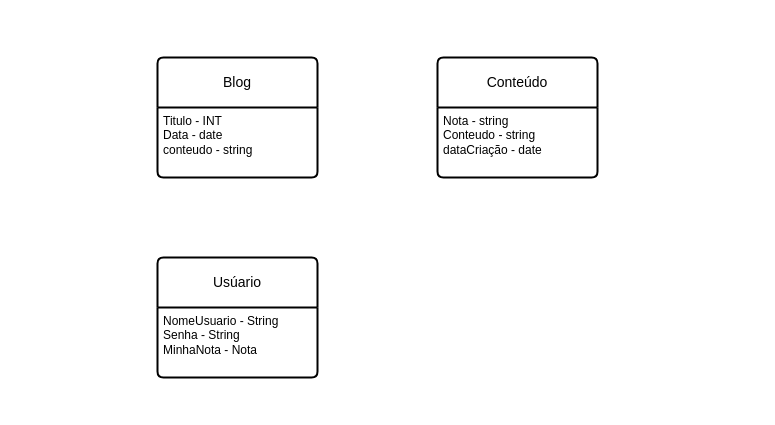
Rdfelix/LAB---2019.2 keeps this draw.io diagram as Diagrama sem nome.drawio. Above is the earlier version. Source tidied: cells renumbered, new cells numbered last; positions are measured from the earlier drawing's top-left corner, leaving out a move shared by most shapes. Both pictures are drawn from the tidied source at 100%, with x=0, y=0 at pixel (157, 57).
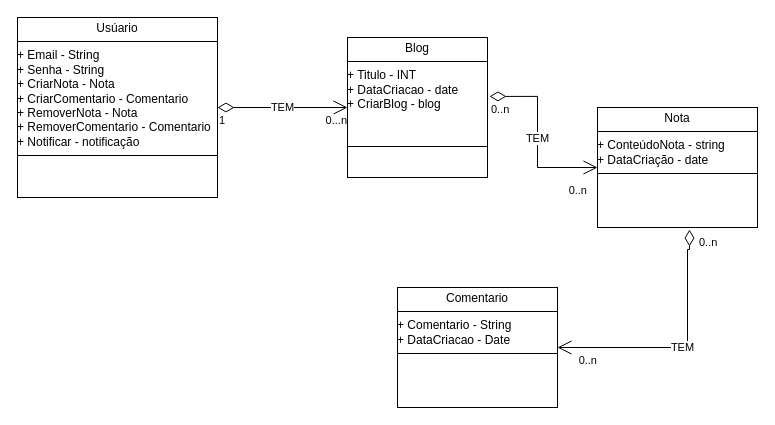
The same diagram, later.

Commit message:
TAREFA ENG SOFT - QUASE LÁ

The edit, as a diff of the source:
```diff
@@
-    <mxCell id="2" value="Blog" style="swimlane;horizontal=1;startSize=50;rounded=1;fontSize=14;fontStyle=0;strokeWidth=2;shadow=0;dashed=0;align=center;arcSize=4;whiteSpace=wrap;html=1;" parent="1" vertex="1">
-      <mxGeometry width="160" height="120" as="geometry" />
-    </mxCell>
-    <mxCell id="3" value="&lt;div&gt;Titulo - INT&lt;/div&gt;&lt;div&gt;Data - date&lt;/div&gt;&lt;div&gt;conteudo - string&lt;br&gt;&lt;/div&gt;" style="align=left;strokeColor=none;fillColor=none;spacingLeft=4;fontSize=12;verticalAlign=top;html=1;" parent="2" vertex="1">
-      <mxGeometry y="50" width="160" height="70" as="geometry" />
-    </mxCell>
-    <mxCell id="4" value="Usúario" style="swimlane;horizontal=1;startSize=50;rounded=1;fontSize=14;fontStyle=0;strokeWidth=2;shadow=0;dashed=0;align=center;arcSize=4;whiteSpace=wrap;html=1;" parent="1" vertex="1">
-      <mxGeometry y="200" width="160" height="120" as="geometry" />
-    </mxCell>
-    <mxCell id="5" value="&lt;div&gt;NomeUsuario - String&lt;/div&gt;&lt;div&gt;Senha - String&lt;/div&gt;&lt;div&gt;MinhaNota - Nota&lt;br&gt;&lt;/div&gt;" style="align=left;strokeColor=none;fillColor=none;spacingLeft=4;fontSize=12;verticalAlign=top;html=1;" parent="4" vertex="1">
-      <mxGeometry y="50" width="160" height="70" as="geometry" />
-    </mxCell>
-    <mxCell id="6" value="Conteúdo" style="swimlane;horizontal=1;startSize=50;rounded=1;fontSize=14;fontStyle=0;strokeWidth=2;shadow=0;dashed=0;align=center;arcSize=4;whiteSpace=wrap;html=1;" parent="1" vertex="1">
-      <mxGeometry x="280" width="160" height="120" as="geometry" />
-    </mxCell>
-    <mxCell id="7" value="&lt;div&gt;Nota - string&lt;/div&gt;&lt;div&gt;Conteudo - string&lt;/div&gt;&lt;div&gt;dataCriação - date&lt;br&gt;&lt;/div&gt;" style="align=left;strokeColor=none;fillColor=none;spacingLeft=4;fontSize=12;verticalAlign=top;html=1;" parent="6" vertex="1">
-      <mxGeometry y="50" width="160" height="70" as="geometry" />
-    </mxCell>
+    <mxCell id="8" value="&lt;p style=&quot;margin:0px;margin-top:4px;text-align:center;&quot;&gt;Usúario&lt;/p&gt;&lt;hr size=&quot;1&quot; style=&quot;border-style:solid;&quot;&gt;&lt;div&gt;+ Email - String&lt;/div&gt;&lt;div&gt;+ Senha - String&lt;/div&gt;&lt;div&gt;+ CriarNota - Nota&lt;/div&gt;&lt;div&gt;+ CriarComentario - Comentario&lt;/div&gt;&lt;div&gt;+ RemoverNota - Nota&lt;/div&gt;&lt;div&gt;+ RemoverComentario - Comentario&lt;/div&gt;&lt;div&gt;+ Notificar - notificação&lt;br&gt;&lt;/div&gt;&lt;p style=&quot;margin:0px;margin-left:4px;&quot;&gt;&lt;/p&gt;&lt;hr size=&quot;1&quot; style=&quot;border-style:solid;&quot;&gt;&lt;p style=&quot;margin:0px;margin-left:4px;&quot;&gt;&lt;br&gt;&lt;/p&gt;" style="verticalAlign=top;align=left;overflow=fill;html=1;whiteSpace=wrap;" parent="1" vertex="1">
+      <mxGeometry x="-140" y="-40" width="200" height="180" as="geometry" />
+    </mxCell>
+    <mxCell id="9" value="&lt;p style=&quot;margin:0px;margin-top:4px;text-align:center;&quot;&gt;Nota&lt;/p&gt;&lt;hr size=&quot;1&quot; style=&quot;border-style:solid;&quot;&gt;&lt;div&gt;+ ConteúdoNota - string&lt;/div&gt;&lt;div&gt;+ DataCriação - date&lt;br&gt;&lt;/div&gt;&lt;p style=&quot;margin:0px;margin-left:4px;&quot;&gt;&lt;/p&gt;&lt;hr size=&quot;1&quot; style=&quot;border-style:solid;&quot;&gt;&lt;p style=&quot;margin:0px;margin-left:4px;&quot;&gt;&lt;br&gt;&lt;/p&gt;" style="verticalAlign=top;align=left;overflow=fill;html=1;whiteSpace=wrap;" parent="1" vertex="1">
+      <mxGeometry x="440" y="50" width="160" height="120" as="geometry" />
+    </mxCell>
+    <mxCell id="10" value="&lt;p style=&quot;margin:0px;margin-top:4px;text-align:center;&quot;&gt;Blog&lt;/p&gt;&lt;hr size=&quot;1&quot; style=&quot;border-style:solid;&quot;&gt;+ Titulo - INT&lt;div&gt;+ DataCriacao - date&lt;/div&gt;&lt;div&gt;&lt;div&gt;+ CriarBlog - blog&lt;/div&gt;&lt;/div&gt;&lt;div&gt;&lt;br&gt;&lt;br&gt;&lt;/div&gt;&lt;hr size=&quot;1&quot; style=&quot;border-style:solid;&quot;&gt;&lt;p style=&quot;margin:0px;margin-left:4px;&quot;&gt;&lt;br&gt;&lt;/p&gt;" style="verticalAlign=top;align=left;overflow=fill;html=1;whiteSpace=wrap;" parent="1" vertex="1">
+      <mxGeometry x="190" y="-20" width="140" height="140" as="geometry" />
+    </mxCell>
+    <mxCell id="11" value="&lt;p style=&quot;margin:0px;margin-top:4px;text-align:center;&quot;&gt;Comentario&lt;/p&gt;&lt;hr size=&quot;1&quot; style=&quot;border-style:solid;&quot;&gt;&lt;div&gt;+ Comentario - String&lt;/div&gt;&lt;div&gt;+ DataCriacao - Date&lt;br&gt;&lt;/div&gt;&lt;p style=&quot;margin:0px;margin-left:4px;&quot;&gt;&lt;/p&gt;&lt;hr size=&quot;1&quot; style=&quot;border-style:solid;&quot;&gt;&lt;p style=&quot;margin:0px;margin-left:4px;&quot;&gt;&lt;br&gt;&lt;/p&gt;" style="verticalAlign=top;align=left;overflow=fill;html=1;whiteSpace=wrap;" parent="1" vertex="1">
+      <mxGeometry x="240" y="230" width="160" height="120" as="geometry" />
+    </mxCell>
+    <mxCell id="12" value="TEM" style="endArrow=open;html=1;endSize=12;startArrow=diamondThin;startSize=14;startFill=0;edgeStyle=orthogonalEdgeStyle;rounded=0;exitX=1;exitY=0.5;exitDx=0;exitDy=0;entryX=0;entryY=0.5;entryDx=0;entryDy=0;" parent="1" edge="1" source="8" target="10">
+      <mxGeometry relative="1" as="geometry" />
+    </mxCell>
+    <mxCell id="13" value="1" style="edgeLabel;html=1;align=left;verticalAlign=top;" parent="12" vertex="1">
+      <mxGeometry x="-1" relative="1" as="geometry" />
+    </mxCell>
+    <mxCell id="14" value="0...n" style="edgeLabel;html=1;align=right;verticalAlign=top;" parent="12" vertex="1">
+      <mxGeometry x="1" relative="1" as="geometry" />
+    </mxCell>
+    <mxCell id="15" value="TEM" style="endArrow=open;html=1;endSize=12;startArrow=diamondThin;startSize=14;startFill=0;edgeStyle=orthogonalEdgeStyle;rounded=0;exitX=1.014;exitY=0.421;exitDx=0;exitDy=0;exitPerimeter=0;entryX=0;entryY=0.5;entryDx=0;entryDy=0;" parent="1" edge="1" source="10" target="9">
+      <mxGeometry relative="1" as="geometry">
+        <Array as="points">
+          <mxPoint x="380" y="39" />
+          <mxPoint x="380" y="110" />
+        </Array>
+      </mxGeometry>
+    </mxCell>
+    <mxCell id="16" value="0..n" style="edgeLabel;html=1;align=left;verticalAlign=top;" parent="15" vertex="1">
+      <mxGeometry x="-1" relative="1" as="geometry" />
+    </mxCell>
+    <mxCell id="17" value="0..n" style="edgeLabel;html=1;align=right;verticalAlign=top;" parent="15" vertex="1">
+      <mxGeometry x="1" relative="1" as="geometry">
+        <mxPoint x="-10" y="10" as="offset" />
+      </mxGeometry>
+    </mxCell>
+    <mxCell id="18" value="TEM" style="endArrow=open;html=1;endSize=12;startArrow=diamondThin;startSize=14;startFill=0;edgeStyle=orthogonalEdgeStyle;rounded=0;exitX=0.575;exitY=1.017;exitDx=0;exitDy=0;exitPerimeter=0;entryX=1;entryY=0.5;entryDx=0;entryDy=0;" parent="1" edge="1" source="9" target="11">
+      <mxGeometry relative="1" as="geometry">
+        <Array as="points">
+          <mxPoint x="530" y="192" />
+          <mxPoint x="530" y="290" />
+        </Array>
+      </mxGeometry>
+    </mxCell>
+    <mxCell id="19" value="0..n" style="edgeLabel;html=1;align=left;verticalAlign=top;" parent="18" vertex="1">
+      <mxGeometry x="-1" relative="1" as="geometry">
+        <mxPoint x="8" as="offset" />
+      </mxGeometry>
+    </mxCell>
+    <mxCell id="20" value="0..n" style="edgeLabel;html=1;align=right;verticalAlign=top;" parent="18" vertex="1">
+      <mxGeometry x="1" relative="1" as="geometry">
+        <mxPoint x="40" as="offset" />
+      </mxGeometry>
+    </mxCell>
```
